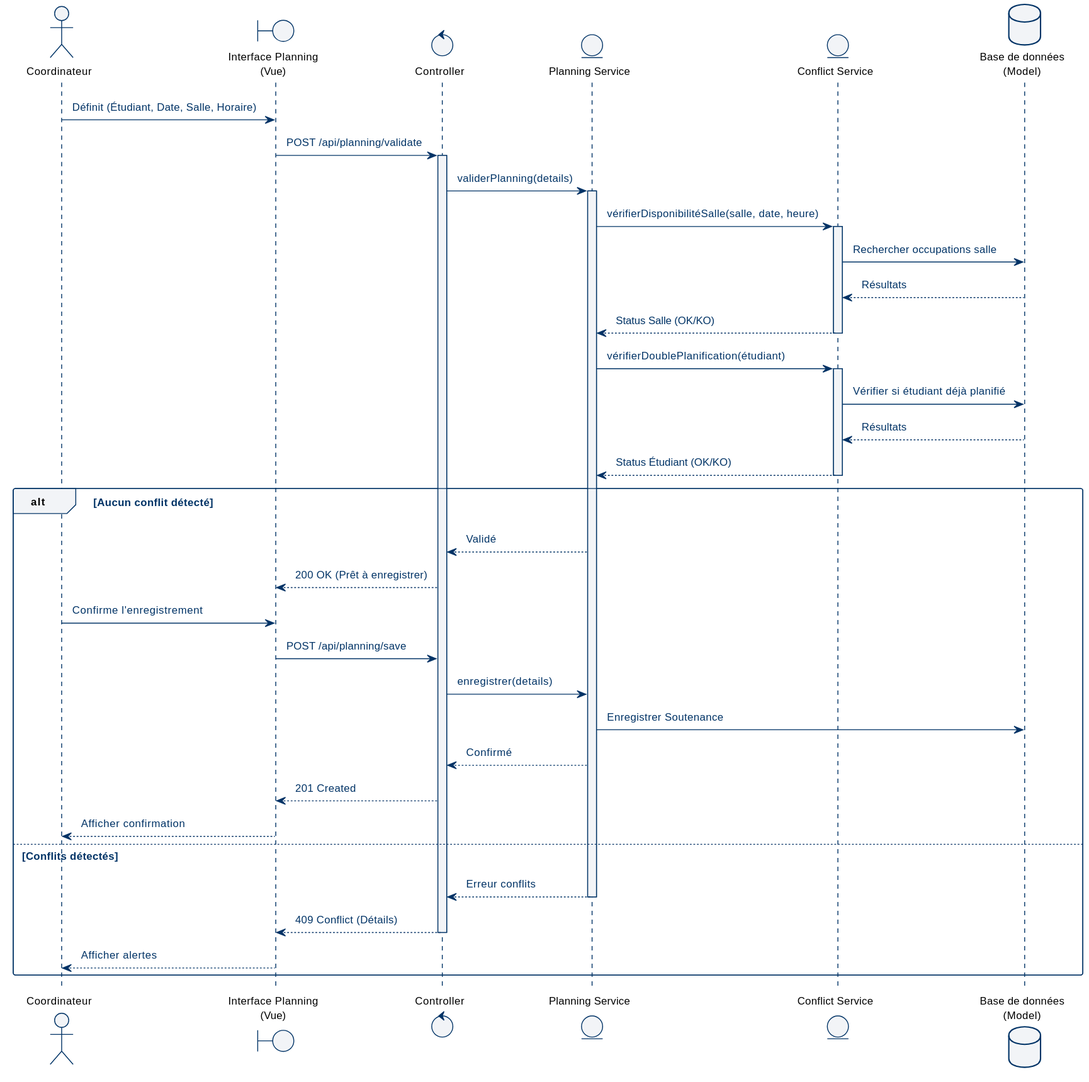
This is docs/diagrams/svg/seq_planning.svg from abdelaziz-ebourki/system-gestion-soutenance, a PlantUML export, as it was before one commit. The source it was exported from:
```plantuml
@startuml
!theme pfe from .

actor "Coordinateur" as Coord
boundary "Interface Planning\n(Vue)" as Front
control "Controller" as Controller
entity "Planning Service" as Service
entity "Conflict Service" as Conflict
database "Base de données\n(Model)" as DB

Coord -> Front : Définit (Étudiant, Date, Salle, Horaire)
Front -> Controller : POST /api/planning/validate
activate Controller

Controller -> Service : validerPlanning(details)
activate Service

Service -> Conflict : vérifierDisponibilitéSalle(salle, date, heure)
activate Conflict
Conflict -> DB : Rechercher occupations salle
DB --> Conflict : Résultats
Conflict --> Service : Status Salle (OK/KO)
deactivate Conflict

Service -> Conflict : vérifierDoublePlanification(étudiant)
activate Conflict
Conflict -> DB : Vérifier si étudiant déjà planifié
DB --> Conflict : Résultats
Conflict --> Service : Status Étudiant (OK/KO)
deactivate Conflict

alt Aucun conflit détecté
    Service --> Controller : Validé
    Controller --> Front : 200 OK (Prêt à enregistrer)
    Coord -> Front : Confirme l'enregistrement
    Front -> Controller : POST /api/planning/save
    Controller -> Service : enregistrer(details)
    Service -> DB : Enregistrer Soutenance
    Service --> Controller : Confirmé
    Controller --> Front : 201 Created
    Front --> Coord : Afficher confirmation
else Conflits détectés
    Service --> Controller : Erreur conflits
    deactivate Service
    Controller --> Front : 409 Conflict (Détails)
    deactivate Controller
    Front --> Coord : Afficher alertes
end
@enduml
```
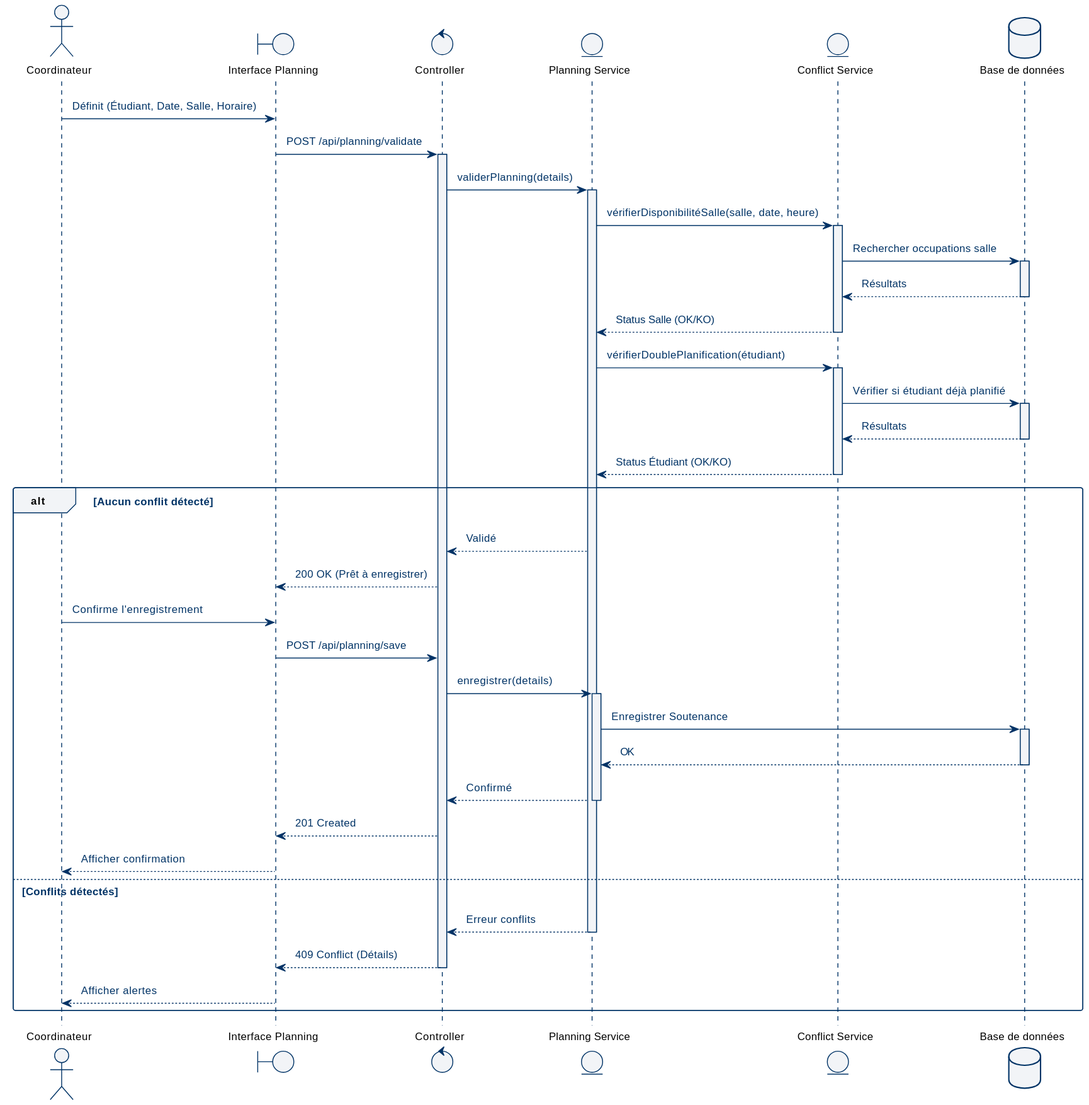
Above is the later version.

Change to the diagram source:
```diff
@@ -2,11 +2,11 @@
 !theme pfe from .
 
 actor "Coordinateur" as Coord
-boundary "Interface Planning\n(Vue)" as Front
+boundary "Interface Planning" as Front
 control "Controller" as Controller
 entity "Planning Service" as Service
 entity "Conflict Service" as Conflict
-database "Base de données\n(Model)" as DB
+database "Base de données" as DB
 
 Coord -> Front : Définit (Étudiant, Date, Salle, Horaire)
 Front -> Controller : POST /api/planning/validate
@@ -18,14 +18,18 @@
 Service -> Conflict : vérifierDisponibilitéSalle(salle, date, heure)
 activate Conflict
 Conflict -> DB : Rechercher occupations salle
+activate DB
 DB --> Conflict : Résultats
+deactivate DB
 Conflict --> Service : Status Salle (OK/KO)
 deactivate Conflict
 
 Service -> Conflict : vérifierDoublePlanification(étudiant)
 activate Conflict
 Conflict -> DB : Vérifier si étudiant déjà planifié
+activate DB
 DB --> Conflict : Résultats
+deactivate DB
 Conflict --> Service : Status Étudiant (OK/KO)
 deactivate Conflict
 
@@ -35,8 +39,13 @@
     Coord -> Front : Confirme l'enregistrement
     Front -> Controller : POST /api/planning/save
     Controller -> Service : enregistrer(details)
+    activate Service
     Service -> DB : Enregistrer Soutenance
+    activate DB
+    DB --> Service : OK
+    deactivate DB
     Service --> Controller : Confirmé
+    deactivate Service
     Controller --> Front : 201 Created
     Front --> Coord : Afficher confirmation
 else Conflits détectés
```
